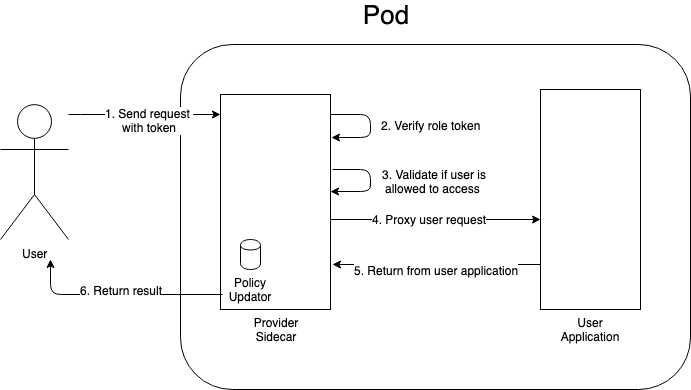
The draw.io diagram doc/assets/auth_proxy_use_case_auth_success.png in yahoojapan/authorization-proxy, before a commit. Source tidied: cells renumbered, new cells last; positions are measured from the earlier drawing's top-left corner, leaving out a move shared by most shapes. Its diagram source:
```xml
<mxGraphModel>
  <root>
    <mxCell id="0" />
    <mxCell id="1" parent="0" />
    <mxCell id="2" style="rounded=1;whiteSpace=wrap;html=1;" parent="1" vertex="1">
      <mxGeometry x="180" y="40" width="510" height="345" as="geometry" />
    </mxCell>
    <mxCell id="3" value="&lt;font style=&quot;font-size: 26px&quot;&gt;Pod&lt;/font&gt;" style="text;html=1;strokeColor=none;fillColor=none;align=center;verticalAlign=middle;whiteSpace=wrap;rounded=0;" parent="1" vertex="1">
      <mxGeometry x="320" width="130" height="20" as="geometry" />
    </mxCell>
    <mxCell id="4" style="rounded=0;whiteSpace=wrap;html=1;" parent="1" vertex="1">
      <mxGeometry x="220" y="90" width="110" height="215" as="geometry" />
    </mxCell>
    <mxCell id="5" value="Provider&lt;br&gt;Sidecar&lt;br&gt;" style="text;html=1;strokeColor=none;fillColor=none;align=center;verticalAlign=middle;whiteSpace=wrap;rounded=0;" parent="1" vertex="1">
      <mxGeometry x="225" y="315" width="100" height="20" as="geometry" />
    </mxCell>
    <mxCell id="6" style="rounded=0;whiteSpace=wrap;html=1;" parent="1" vertex="1">
      <mxGeometry x="540" y="85" width="100" height="220" as="geometry" />
    </mxCell>
    <mxCell id="7" value="User Application" style="text;html=1;strokeColor=none;fillColor=none;align=center;verticalAlign=middle;whiteSpace=wrap;rounded=0;" parent="1" vertex="1">
      <mxGeometry x="562.5" y="315" width="55" height="20" as="geometry" />
    </mxCell>
    <mxCell id="8" style="endArrow=classic;html=1;entryX=1.009;entryY=0.2;entryDx=0;entryDy=0;entryPerimeter=0;" parent="1" edge="1" target="4">
      <mxGeometry relative="1" as="geometry">
        <mxPoint x="330" y="110" as="sourcePoint" />
        <Array as="points">
          <mxPoint x="370" y="110" />
          <mxPoint x="370" y="133" />
        </Array>
      </mxGeometry>
    </mxCell>
    <mxCell id="9" value="2. Verify role&amp;nbsp;token" style="text;html=1;align=center;verticalAlign=middle;labelBackgroundColor=#ffffff;" parent="8" vertex="1">
      <mxGeometry x="-0.22" relative="1" as="geometry">
        <mxPoint x="60" y="10" as="offset" />
      </mxGeometry>
    </mxCell>
    <mxCell id="10" style="edgeStyle=orthogonalEdgeStyle;rounded=0;html=1;jettySize=auto;" parent="1" edge="1" source="12" target="4">
      <mxGeometry relative="1" as="geometry">
        <Array as="points">
          <mxPoint x="80" y="110" />
          <mxPoint x="80" y="110" />
        </Array>
      </mxGeometry>
    </mxCell>
    <mxCell id="11" value="1. Send request&amp;nbsp;&lt;br&gt;with token&lt;br&gt;" style="text;html=1;align=center;verticalAlign=middle;labelBackgroundColor=#ffffff;" parent="10" vertex="1">
      <mxGeometry x="-0.5" y="-4" relative="1" as="geometry">
        <mxPoint x="42" y="1" as="offset" />
      </mxGeometry>
    </mxCell>
    <mxCell id="12" value="User&lt;br&gt;" style="shape=umlActor;verticalLabelPosition=bottom;labelBackgroundColor=#ffffff;verticalAlign=top;html=1;outlineConnect=0;" parent="1" vertex="1">
      <mxGeometry y="100" width="68" height="135" as="geometry" />
    </mxCell>
    <mxCell id="13" style="endArrow=classic;html=1;exitX=1.018;exitY=0.349;exitDx=0;exitDy=0;entryX=1;entryY=0.451;entryDx=0;entryDy=0;entryPerimeter=0;exitPerimeter=0;" parent="1" edge="1" source="4" target="4">
      <mxGeometry relative="1" as="geometry">
        <Array as="points">
          <mxPoint x="370" y="165" />
          <mxPoint x="370" y="187" />
        </Array>
      </mxGeometry>
    </mxCell>
    <mxCell id="14" value="3. Validate if user is allowed to access&amp;nbsp;" style="text;html=1;strokeColor=none;fillColor=none;align=center;verticalAlign=middle;whiteSpace=wrap;rounded=0;" parent="1" vertex="1">
      <mxGeometry x="374" y="166.5" width="120" height="20" as="geometry" />
    </mxCell>
    <mxCell id="15" style="endArrow=classic;html=1;exitX=0.018;exitY=0.93;exitDx=0;exitDy=0;exitPerimeter=0;" parent="1" edge="1" source="4">
      <mxGeometry relative="1" as="geometry">
        <mxPoint x="50" y="255" as="targetPoint" />
        <Array as="points">
          <mxPoint x="50" y="290" />
        </Array>
      </mxGeometry>
    </mxCell>
    <mxCell id="16" value="6. Return result" style="text;html=1;align=center;verticalAlign=middle;labelBackgroundColor=#ffffff;" parent="15" vertex="1">
      <mxGeometry x="0.12" y="-1" relative="1" as="geometry">
        <mxPoint x="14" y="-4" as="offset" />
      </mxGeometry>
    </mxCell>
    <mxCell id="17" style="endArrow=classic;html=1;entryX=0.02;entryY=0.65;entryDx=0;entryDy=0;entryPerimeter=0;" parent="1" edge="1">
      <mxGeometry relative="1" as="geometry">
        <mxPoint x="330" y="215" as="sourcePoint" />
        <mxPoint x="540" y="215" as="targetPoint" />
      </mxGeometry>
    </mxCell>
    <mxCell id="18" value="4. Proxy user request" style="text;html=1;align=center;verticalAlign=middle;labelBackgroundColor=#ffffff;" parent="17" vertex="1">
      <mxGeometry x="-0.2" y="1" relative="1" as="geometry">
        <mxPoint x="14" as="offset" />
      </mxGeometry>
    </mxCell>
    <mxCell id="19" style="endArrow=classic;html=1;" parent="1" edge="1">
      <mxGeometry relative="1" as="geometry">
        <mxPoint x="540" y="260" as="sourcePoint" />
        <mxPoint x="332" y="260" as="targetPoint" />
      </mxGeometry>
    </mxCell>
    <mxCell id="20" value="5. Return from user application" style="text;html=1;align=center;verticalAlign=middle;labelBackgroundColor=#ffffff;" parent="19" vertex="1">
      <mxGeometry x="0.12" y="1" relative="1" as="geometry">
        <mxPoint x="11" y="4" as="offset" />
      </mxGeometry>
    </mxCell>
    <mxCell id="21" style="shape=cylinder;whiteSpace=wrap;html=1;boundedLbl=1;backgroundOutline=1;" parent="1" vertex="1">
      <mxGeometry x="240" y="235" width="20" height="30" as="geometry" />
    </mxCell>
    <mxCell id="22" value="Policy Updator" style="text;html=1;strokeColor=none;fillColor=none;align=center;verticalAlign=middle;whiteSpace=wrap;rounded=0;" parent="1" vertex="1">
      <mxGeometry x="230" y="275" width="40" height="20" as="geometry" />
    </mxCell>
  </root>
</mxGraphModel>
```
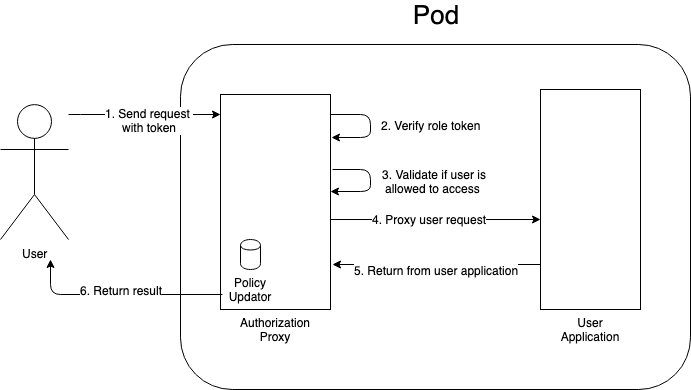
The same file after the commit.

Diff of the diagram source:
```diff
@@ -6,12 +6,12 @@
       <mxGeometry x="180" y="40" width="510" height="345" as="geometry" />
     </mxCell>
     <mxCell id="3" value="&lt;font style=&quot;font-size: 26px&quot;&gt;Pod&lt;/font&gt;" style="text;html=1;strokeColor=none;fillColor=none;align=center;verticalAlign=middle;whiteSpace=wrap;rounded=0;" parent="1" vertex="1">
-      <mxGeometry x="320" width="130" height="20" as="geometry" />
+      <mxGeometry x="370" width="130" height="20" as="geometry" />
     </mxCell>
     <mxCell id="4" style="rounded=0;whiteSpace=wrap;html=1;" parent="1" vertex="1">
       <mxGeometry x="220" y="90" width="110" height="215" as="geometry" />
     </mxCell>
-    <mxCell id="5" value="Provider&lt;br&gt;Sidecar&lt;br&gt;" style="text;html=1;strokeColor=none;fillColor=none;align=center;verticalAlign=middle;whiteSpace=wrap;rounded=0;" parent="1" vertex="1">
+    <mxCell id="5" value="Authorization Proxy&lt;br&gt;" style="text;html=1;strokeColor=none;fillColor=none;align=center;verticalAlign=middle;whiteSpace=wrap;rounded=0;" parent="1" vertex="1">
       <mxGeometry x="225" y="315" width="100" height="20" as="geometry" />
     </mxCell>
     <mxCell id="6" style="rounded=0;whiteSpace=wrap;html=1;" parent="1" vertex="1">
```
